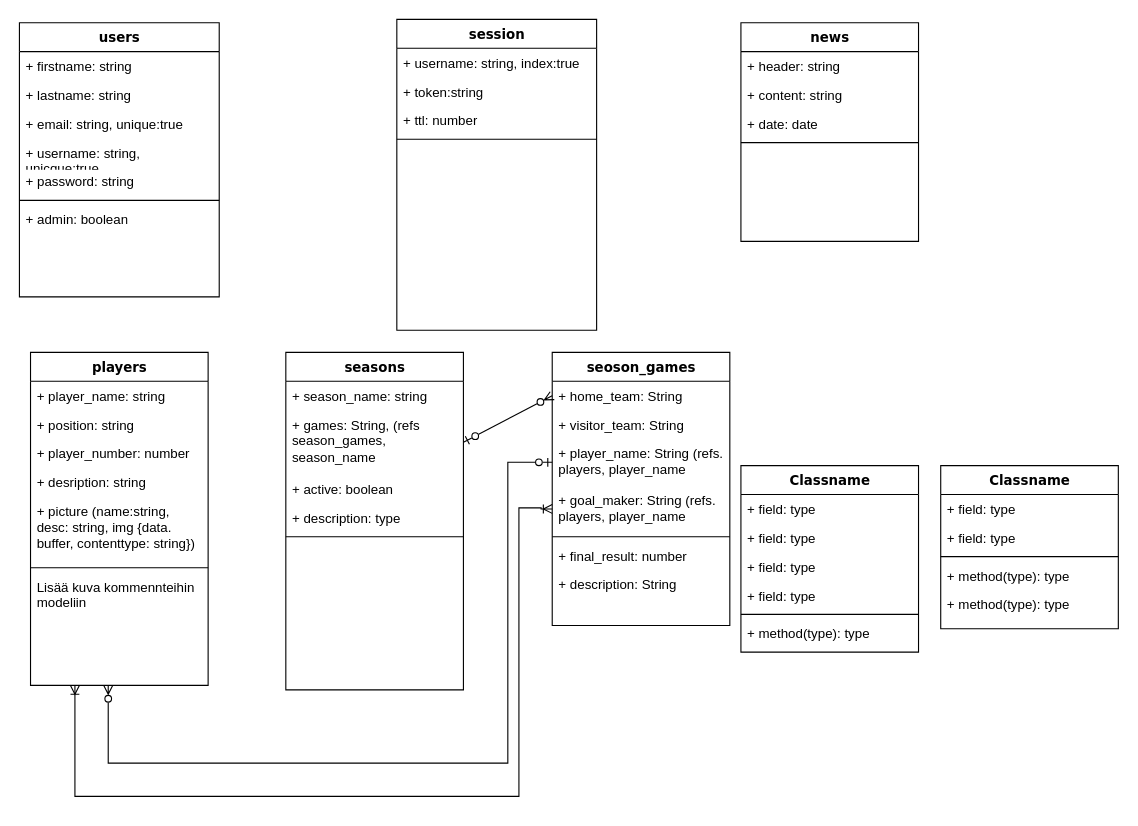
Above: models.drawio in blackunicorn89/football_backend (draw.io), before the change. Source tidied: cells renumbered, new cells numbered last; positions are measured from the earlier drawing's top-left corner, leaving out a move shared by most shapes. Both pictures are drawn from the tidied source at 111%, with x=0, y=0 at pixel (19, 19).
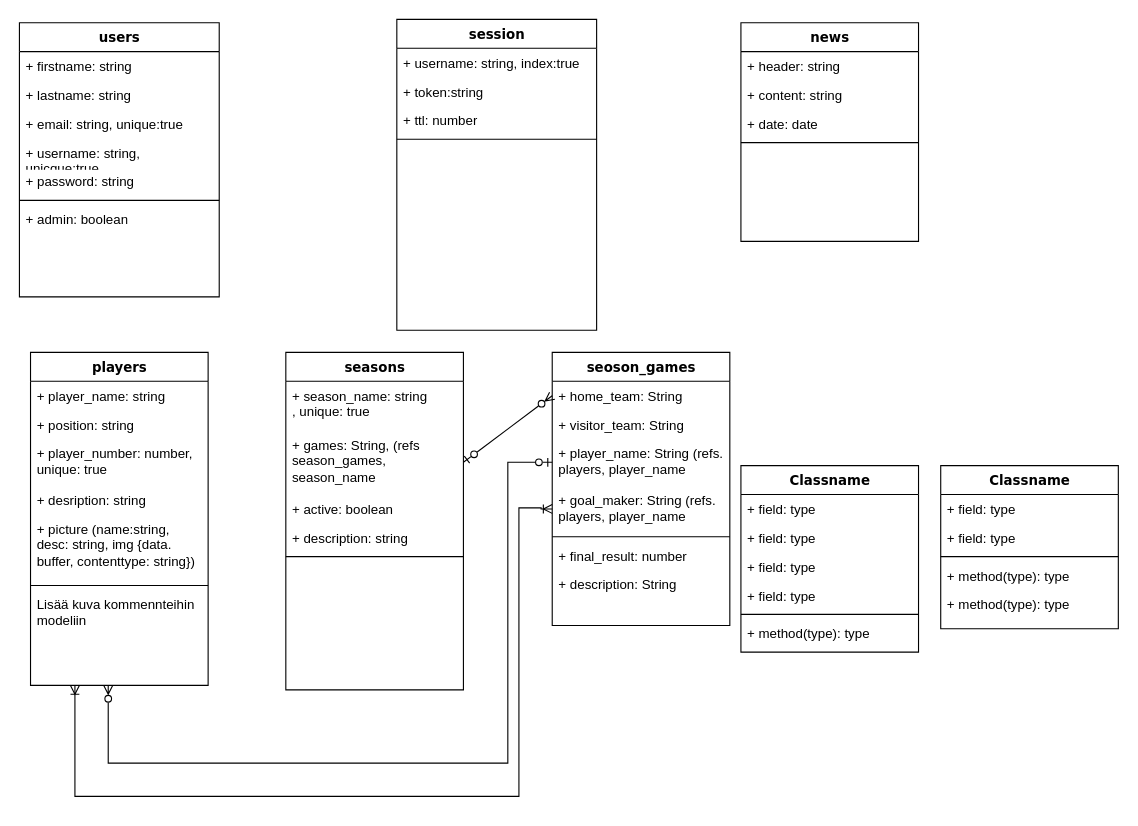
The same diagram, later.

The change refers to these unchanged cells:
```xml
<mxCell id="20" value="players" style="swimlane;html=1;fontStyle=1;align=center;verticalAlign=top;horizontal=1;startSize=26;swimlaneFillColor=#ffffff;rounded=0;shadow=0;comic=0;labelBackgroundColor=none;strokeWidth=1;fillColor=none;fontFamily=Verdana;fontSize=12;" parent="1" vertex="1">
  <mxGeometry x="10" y="300" width="160" height="300" as="geometry" />
</mxCell>
<mxCell id="28" value="seasons" style="swimlane;html=1;fontStyle=1;align=center;verticalAlign=top;horizontal=1;startSize=26;swimlaneFillColor=#ffffff;rounded=0;shadow=0;comic=0;labelBackgroundColor=none;strokeWidth=1;fillColor=none;fontFamily=Verdana;fontSize=12;" parent="1" vertex="1">
  <mxGeometry x="240" y="300" width="160" height="304" as="geometry" />
</mxCell>
```

The edit, as a diff of the source:
```diff
@@
-    <mxCell id="23" value="+ player_number: number" style="text;html=1;strokeColor=none;fillColor=none;align=left;verticalAlign=top;spacingLeft=4;spacingRight=4;whiteSpace=wrap;overflow=hidden;" parent="20" vertex="1">
-      <mxGeometry y="78" width="160" height="26" as="geometry" />
+    <mxCell id="23" value="+ player_number: number, unique: true" style="text;html=1;strokeColor=none;fillColor=none;align=left;verticalAlign=top;spacingLeft=4;spacingRight=4;whiteSpace=wrap;overflow=hidden;" parent="20" vertex="1">
+      <mxGeometry y="78" width="160" height="42" as="geometry" />
     </mxCell>
     <mxCell id="24" value="+ desription: string" style="text;html=1;strokeColor=none;fillColor=none;align=left;verticalAlign=top;spacingLeft=4;spacingRight=4;whiteSpace=wrap;overflow=hidden;" parent="20" vertex="1">
-      <mxGeometry y="104" width="160" height="26" as="geometry" />
+      <mxGeometry y="120" width="160" height="26" as="geometry" />
     </mxCell>
     <mxCell id="25" value="+ picture (name:string, desc: string, img {data. buffer, contenttype: string})" style="text;html=1;strokeColor=none;fillColor=none;align=left;verticalAlign=top;spacingLeft=4;spacingRight=4;whiteSpace=wrap;overflow=hidden;" parent="20" vertex="1">
-      <mxGeometry y="130" width="160" height="60" as="geometry" />
+      <mxGeometry y="146" width="160" height="60" as="geometry" />
     </mxCell>
     <mxCell id="26" style="line;html=1;strokeWidth=1;fillColor=none;align=left;verticalAlign=middle;spacingTop=-1;spacingLeft=3;spacingRight=3;labelPosition=right;" parent="20" vertex="1">
-      <mxGeometry y="190" width="160" height="8" as="geometry" />
+      <mxGeometry y="206" width="160" height="8" as="geometry" />
     </mxCell>
     <mxCell id="27" value="Lisää kuva kommennteihin modeliin" style="text;html=1;strokeColor=none;fillColor=none;align=left;verticalAlign=top;spacingLeft=4;spacingRight=4;whiteSpace=wrap;overflow=hidden;" parent="20" vertex="1">
-      <mxGeometry y="198" width="160" height="42" as="geometry" />
+      <mxGeometry y="214" width="160" height="42" as="geometry" />
     </mxCell>
@@
-    <mxCell id="29" value="&lt;div&gt;+ season_name: string&lt;/div&gt;" style="text;html=1;strokeColor=none;fillColor=none;align=left;verticalAlign=top;spacingLeft=4;spacingRight=4;whiteSpace=wrap;overflow=hidden;" parent="28" vertex="1">
-      <mxGeometry y="26" width="160" height="26" as="geometry" />
+    <mxCell id="29" value="&lt;div&gt;+ season_name: string&lt;/div&gt;, unique: true" style="text;html=1;strokeColor=none;fillColor=none;align=left;verticalAlign=top;spacingLeft=4;spacingRight=4;whiteSpace=wrap;overflow=hidden;" parent="28" vertex="1">
+      <mxGeometry y="26" width="160" height="44" as="geometry" />
     </mxCell>
     <mxCell id="30" value="+ games: String, (refs season_games, season_name" style="text;html=1;strokeColor=none;fillColor=none;align=left;verticalAlign=top;spacingLeft=4;spacingRight=4;whiteSpace=wrap;overflow=hidden;points=[[0,0.5],[1,0.5]];portConstraint=eastwest;" parent="28" vertex="1">
-      <mxGeometry y="52" width="160" height="58" as="geometry" />
+      <mxGeometry y="70" width="160" height="58" as="geometry" />
     </mxCell>
     <mxCell id="31" value="+ active: boolean" style="text;html=1;strokeColor=none;fillColor=none;align=left;verticalAlign=top;spacingLeft=4;spacingRight=4;whiteSpace=wrap;overflow=hidden;" parent="28" vertex="1">
-      <mxGeometry y="110" width="160" height="26" as="geometry" />
+      <mxGeometry y="128" width="160" height="26" as="geometry" />
     </mxCell>
-    <mxCell id="32" value="+ description: type" style="text;html=1;strokeColor=none;fillColor=none;align=left;verticalAlign=top;spacingLeft=4;spacingRight=4;whiteSpace=wrap;overflow=hidden;" parent="28" vertex="1">
-      <mxGeometry y="136" width="160" height="26" as="geometry" />
+    <mxCell id="32" value="+ description: string" style="text;html=1;strokeColor=none;fillColor=none;align=left;verticalAlign=top;spacingLeft=4;spacingRight=4;whiteSpace=wrap;overflow=hidden;" parent="28" vertex="1">
+      <mxGeometry y="154" width="160" height="26" as="geometry" />
     </mxCell>
     <mxCell id="33" style="line;html=1;strokeWidth=1;fillColor=none;align=left;verticalAlign=middle;spacingTop=-1;spacingLeft=3;spacingRight=3;labelPosition=right;" parent="28" vertex="1">
-      <mxGeometry y="162" width="160" height="8" as="geometry" />
+      <mxGeometry y="180" width="160" height="8" as="geometry" />
     </mxCell>
```
